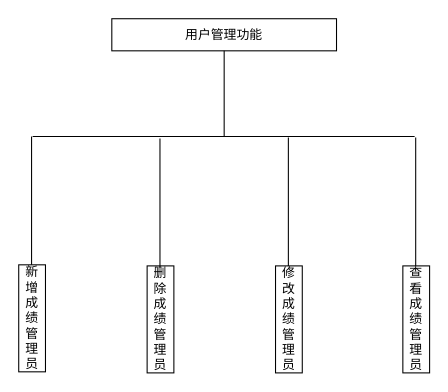
Above: 用户管理功能.drawio in creazy412/none (draw.io), before the change. Source tidied: cells renumbered, new cells numbered last; positions are measured from the earlier drawing's top-left corner, leaving out a move shared by most shapes. Both pictures are drawn from the tidied source at 107%, with x=0, y=0 at pixel (18, 18).
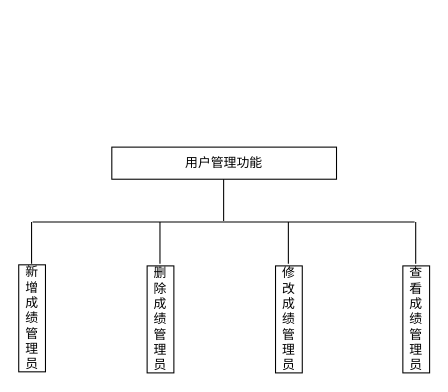
The same page after the edit.

Commit message:
更新用户管理功能.drawio

Diff of the diagram source:
```diff
@@
 <mxGraphModel>
   <root>
     <mxCell id="0" />
     <mxCell id="1" parent="0" />
     <mxCell id="2" value="&lt;font face=&quot;宋体&quot;&gt;用户管理功能&lt;/font&gt;" style="rounded=0;whiteSpace=wrap;html=1;" parent="1" vertex="1">
-      <mxGeometry x="87" width="210" height="30" as="geometry" />
+      <mxGeometry x="87" y="120" width="210" height="30" as="geometry" />
     </mxCell>
-    <mxCell id="3" style="endArrow=none;html=1;rounded=0;entryX=0.5;entryY=1;entryDx=0;entryDy=0;" parent="1" edge="1" target="2">
-      <mxGeometry relative="1" as="geometry">
-        <mxPoint x="192" y="110" as="sourcePoint" />
-      </mxGeometry>
-    </mxCell>
     <mxCell id="4" value="&lt;font face=&quot;宋体&quot;&gt;删除成绩管理员&lt;/font&gt;" style="rounded=0;whiteSpace=wrap;html=1;" parent="1" vertex="1">
       <mxGeometry x="120" y="231" width="25" height="100" as="geometry" />
     </mxCell>
     <mxCell id="5" style="endArrow=none;html=1;rounded=0;" parent="1" edge="1">
       <mxGeometry relative="1" as="geometry">
-        <mxPoint x="13" y="110" as="sourcePoint" />
-        <mxPoint x="370" y="110" as="targetPoint" />
+        <mxPoint x="13" y="190" as="sourcePoint" />
+        <mxPoint x="370" y="190" as="targetPoint" />
       </mxGeometry>
     </mxCell>
     <mxCell id="6" value="&lt;font face=&quot;宋体&quot;&gt;新增成绩管理员&lt;/font&gt;" style="rounded=0;whiteSpace=wrap;html=1;" parent="1" vertex="1">
       <mxGeometry y="230" width="25" height="100" as="geometry" />
     </mxCell>
-    <mxCell id="7" style="endArrow=none;html=1;rounded=0;" parent="1" edge="1">
-      <mxGeometry relative="1" as="geometry">
-        <mxPoint x="12" y="230" as="sourcePoint" />
-        <mxPoint x="12" y="110" as="targetPoint" />
-      </mxGeometry>
-    </mxCell>
     <mxCell id="8" value="&lt;font face=&quot;宋体&quot;&gt;修改成绩管理员&lt;/font&gt;" style="rounded=0;whiteSpace=wrap;html=1;" parent="1" vertex="1">
       <mxGeometry x="240" y="231" width="25" height="100" as="geometry" />
     </mxCell>
-    <mxCell id="9" style="endArrow=none;html=1;rounded=0;" parent="1" edge="1">
-      <mxGeometry relative="1" as="geometry">
-        <mxPoint x="252" y="231" as="sourcePoint" />
-        <mxPoint x="252" y="111" as="targetPoint" />
-      </mxGeometry>
-    </mxCell>
     <mxCell id="10" value="&lt;font face=&quot;宋体&quot;&gt;查看成绩管理员&lt;/font&gt;" style="rounded=0;whiteSpace=wrap;html=1;" parent="1" vertex="1">
       <mxGeometry x="359" y="231" width="25" height="100" as="geometry" />
     </mxCell>
-    <mxCell id="11" style="endArrow=none;html=1;rounded=0;" parent="1" edge="1">
-      <mxGeometry relative="1" as="geometry">
-        <mxPoint x="371" y="231" as="sourcePoint" />
-        <mxPoint x="371" y="111" as="targetPoint" />
-      </mxGeometry>
-    </mxCell>
-    <mxCell id="12" style="endArrow=none;html=1;rounded=0;" parent="1" edge="1">
-      <mxGeometry relative="1" as="geometry">
-        <mxPoint x="132" y="232" as="sourcePoint" />
-        <mxPoint x="132" y="112" as="targetPoint" />
-      </mxGeometry>
-    </mxCell>
+    <mxCell id="13" style="endArrow=none;html=1;rounded=0;" parent="1" edge="1">
+      <mxGeometry relative="1" as="geometry">
+        <mxPoint x="191.5" y="189" as="sourcePoint" />
+        <mxPoint x="191.5" y="150" as="targetPoint" />
+      </mxGeometry>
+    </mxCell>
+    <mxCell id="14" style="endArrow=none;html=1;rounded=0;" parent="1" edge="1">
+      <mxGeometry relative="1" as="geometry">
+        <mxPoint x="12" y="229" as="sourcePoint" />
+        <mxPoint x="12" y="190" as="targetPoint" />
+      </mxGeometry>
+    </mxCell>
+    <mxCell id="15" style="endArrow=none;html=1;rounded=0;" parent="1" edge="1">
+      <mxGeometry relative="1" as="geometry">
+        <mxPoint x="132" y="229" as="sourcePoint" />
+        <mxPoint x="132" y="190" as="targetPoint" />
+      </mxGeometry>
+    </mxCell>
+    <mxCell id="16" style="endArrow=none;html=1;rounded=0;" parent="1" edge="1">
+      <mxGeometry relative="1" as="geometry">
+        <mxPoint x="252" y="229" as="sourcePoint" />
+        <mxPoint x="252" y="190" as="targetPoint" />
+      </mxGeometry>
+    </mxCell>
+    <mxCell id="17" style="endArrow=none;html=1;rounded=0;" parent="1" edge="1">
+      <mxGeometry relative="1" as="geometry">
+        <mxPoint x="371" y="229" as="sourcePoint" />
+        <mxPoint x="371" y="190" as="targetPoint" />
+      </mxGeometry>
+    </mxCell>
   </root>
 </mxGraphModel>
```
